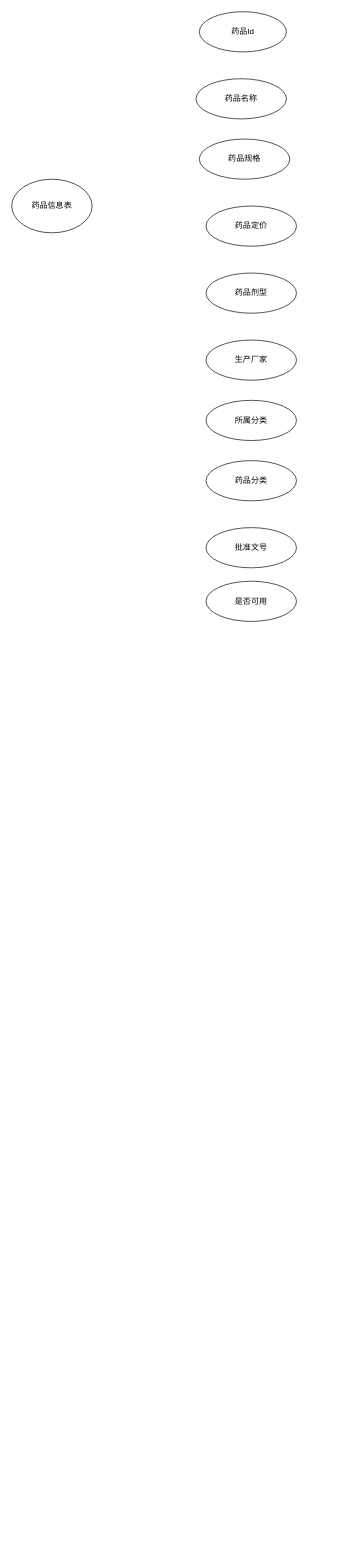
Earlier version of the draw.io diagram 毕业设计.drawio (paidaxingz/draw.io). Source tidied: cells renumbered, new cells numbered last; positions are measured from the earlier drawing's top-left corner, leaving out a move shared by most shapes. Both pictures are drawn from the tidied source at 67%, with x=0, y=0 at pixel (11, 11).
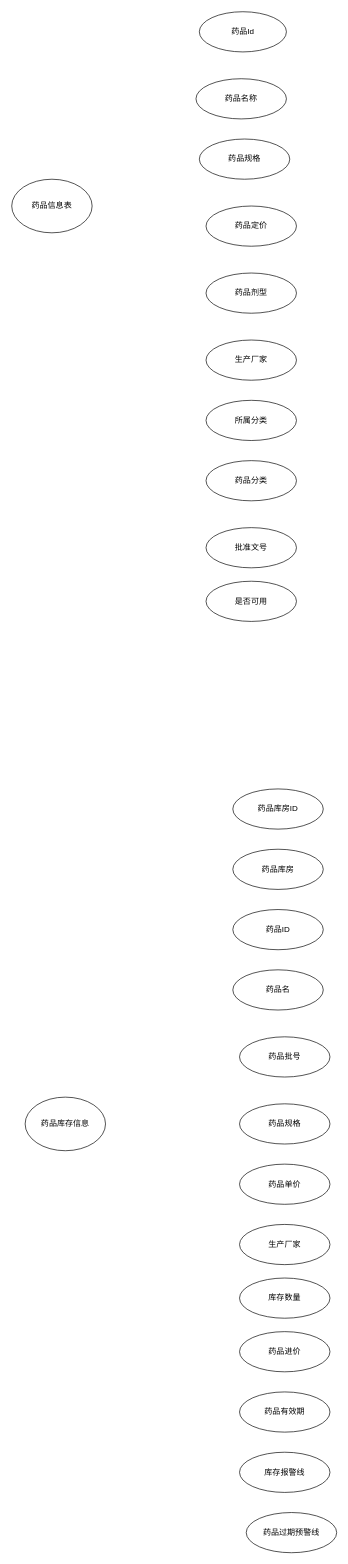
The same page after the edit.

Commit message (it also covers changes not shown here):
更新毕业设计.drawio

What changed in the source:
```diff
@@
+    <mxCell id="13" value="药品库存信息" style="ellipse;whiteSpace=wrap;html=1;" parent="1" vertex="1">
+      <mxGeometry x="20" y="1620" width="120" height="80" as="geometry" />
+    </mxCell>
+    <mxCell id="14" value="药品库房ID" style="ellipse;whiteSpace=wrap;html=1;" parent="1" vertex="1">
+      <mxGeometry x="330" y="1160" width="135" height="60" as="geometry" />
+    </mxCell>
+    <mxCell id="15" value="药品库房" style="ellipse;whiteSpace=wrap;html=1;" parent="1" vertex="1">
+      <mxGeometry x="330" y="1250" width="135" height="60" as="geometry" />
+    </mxCell>
+    <mxCell id="16" value="药品ID" style="ellipse;whiteSpace=wrap;html=1;" parent="1" vertex="1">
+      <mxGeometry x="330" y="1340" width="135" height="60" as="geometry" />
+    </mxCell>
+    <mxCell id="17" value="药品名" style="ellipse;whiteSpace=wrap;html=1;" parent="1" vertex="1">
+      <mxGeometry x="330" y="1430" width="135" height="60" as="geometry" />
+    </mxCell>
+    <mxCell id="18" value="药品批号" style="ellipse;whiteSpace=wrap;html=1;" parent="1" vertex="1">
+      <mxGeometry x="340" y="1530" width="135" height="60" as="geometry" />
+    </mxCell>
+    <mxCell id="19" value="药品规格" style="ellipse;whiteSpace=wrap;html=1;" parent="1" vertex="1">
+      <mxGeometry x="340" y="1630" width="135" height="60" as="geometry" />
+    </mxCell>
+    <mxCell id="20" value="药品单价" style="ellipse;whiteSpace=wrap;html=1;" parent="1" vertex="1">
+      <mxGeometry x="340" y="1720" width="135" height="60" as="geometry" />
+    </mxCell>
+    <mxCell id="21" value="生产厂家" style="ellipse;whiteSpace=wrap;html=1;" parent="1" vertex="1">
+      <mxGeometry x="340" y="1810" width="135" height="60" as="geometry" />
+    </mxCell>
+    <mxCell id="22" value="库存数量" style="ellipse;whiteSpace=wrap;html=1;" parent="1" vertex="1">
+      <mxGeometry x="340" y="1890" width="135" height="60" as="geometry" />
+    </mxCell>
+    <mxCell id="23" value="药品进价" style="ellipse;whiteSpace=wrap;html=1;" parent="1" vertex="1">
+      <mxGeometry x="340" y="1970" width="135" height="60" as="geometry" />
+    </mxCell>
+    <mxCell id="24" value="药品有效期" style="ellipse;whiteSpace=wrap;html=1;" parent="1" vertex="1">
+      <mxGeometry x="340" y="2060" width="135" height="60" as="geometry" />
+    </mxCell>
+    <mxCell id="25" value="库存报警线" style="ellipse;whiteSpace=wrap;html=1;" parent="1" vertex="1">
+      <mxGeometry x="340" y="2150" width="135" height="60" as="geometry" />
+    </mxCell>
+    <mxCell id="26" value="药品过期预警线" style="ellipse;whiteSpace=wrap;html=1;" parent="1" vertex="1">
+      <mxGeometry x="350" y="2240" width="135" height="60" as="geometry" />
+    </mxCell>
```
